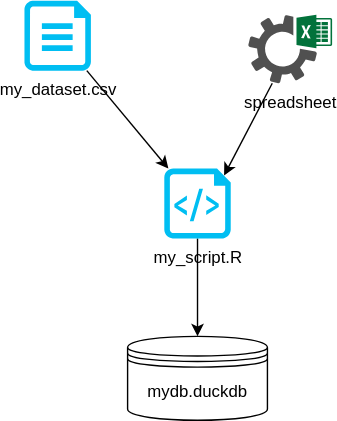
The draw.io diagram diagrams/my_diagram.drawio.svg in Public-Health-Scotland/vscode_prep, before a commit. Source tidied: cells renumbered, new cells last; positions are measured from the earlier drawing's top-left corner, leaving out a move shared by most shapes. Its diagram source:
```xml
<mxGraphModel>
  <root>
    <mxCell id="0" />
    <mxCell id="1" parent="0" />
    <mxCell id="2" style="edgeStyle=none;html=1;" parent="1" edge="1" source="3" target="7">
      <mxGeometry relative="1" as="geometry" />
    </mxCell>
    <mxCell id="3" value="my_dataset.csv" style="verticalLabelPosition=bottom;html=1;verticalAlign=top;align=center;strokeColor=none;fillColor=#00BEF2;shape=mxgraph.azure.cloud_services_configuration_file;" parent="1" vertex="1">
      <mxGeometry width="47.5" height="50" as="geometry" />
    </mxCell>
    <mxCell id="4" style="edgeStyle=none;html=1;entryX=0.9;entryY=0.1;entryDx=0;entryDy=0;entryPerimeter=0;" parent="1" edge="1" source="5" target="7">
      <mxGeometry relative="1" as="geometry" />
    </mxCell>
    <mxCell id="5" value="spreadsheet" style="sketch=0;shadow=0;dashed=0;html=1;strokeColor=none;fillColor=#505050;labelPosition=center;verticalLabelPosition=bottom;verticalAlign=top;outlineConnect=0;align=center;shape=mxgraph.office.services.excel_services;" parent="1" vertex="1">
      <mxGeometry x="160" y="10" width="60" height="49" as="geometry" />
    </mxCell>
    <mxCell id="6" style="edgeStyle=none;html=1;" parent="1" edge="1" source="7" target="8">
      <mxGeometry relative="1" as="geometry" />
    </mxCell>
    <mxCell id="7" value="my_script.R" style="verticalLabelPosition=bottom;html=1;verticalAlign=top;align=center;strokeColor=none;fillColor=#00BEF2;shape=mxgraph.azure.script_file;" parent="1" vertex="1">
      <mxGeometry x="100" y="120" width="47.5" height="50" as="geometry" />
    </mxCell>
    <mxCell id="8" value="mydb.duckdb" style="shape=datastore;whiteSpace=wrap;html=1;" parent="1" vertex="1">
      <mxGeometry x="73.8" y="240" width="100" height="60" as="geometry" />
    </mxCell>
  </root>
</mxGraphModel>
```
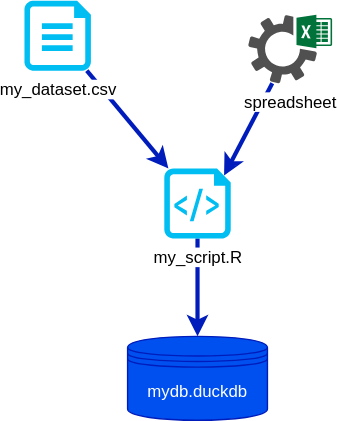
The same file after the commit.

Change to the diagram source:
```diff
@@ -2,25 +2,25 @@
   <root>
     <mxCell id="0" />
     <mxCell id="1" parent="0" />
-    <mxCell id="2" style="edgeStyle=none;html=1;" parent="1" edge="1" source="3" target="7">
+    <mxCell id="2" style="edgeStyle=none;html=1;fillColor=#0050ef;strokeColor=#001DBC;strokeWidth=3;" parent="1" edge="1" source="3" target="7">
       <mxGeometry relative="1" as="geometry" />
     </mxCell>
-    <mxCell id="3" value="my_dataset.csv" style="verticalLabelPosition=bottom;html=1;verticalAlign=top;align=center;strokeColor=none;fillColor=#00BEF2;shape=mxgraph.azure.cloud_services_configuration_file;" parent="1" vertex="1">
+    <mxCell id="3" value="my_dataset.csv" style="verticalLabelPosition=bottom;html=1;verticalAlign=top;align=center;strokeColor=none;fillColor=#00BEF2;shape=mxgraph.azure.cloud_services_configuration_file;labelBackgroundColor=default;" parent="1" vertex="1">
       <mxGeometry width="47.5" height="50" as="geometry" />
     </mxCell>
-    <mxCell id="4" style="edgeStyle=none;html=1;entryX=0.9;entryY=0.1;entryDx=0;entryDy=0;entryPerimeter=0;" parent="1" edge="1" source="5" target="7">
+    <mxCell id="4" style="edgeStyle=none;html=1;entryX=0.9;entryY=0.1;entryDx=0;entryDy=0;entryPerimeter=0;fillColor=#0050ef;strokeColor=#001DBC;strokeWidth=3;" parent="1" edge="1" source="5" target="7">
       <mxGeometry relative="1" as="geometry" />
     </mxCell>
-    <mxCell id="5" value="spreadsheet" style="sketch=0;shadow=0;dashed=0;html=1;strokeColor=none;fillColor=#505050;labelPosition=center;verticalLabelPosition=bottom;verticalAlign=top;outlineConnect=0;align=center;shape=mxgraph.office.services.excel_services;" parent="1" vertex="1">
+    <mxCell id="5" value="spreadsheet" style="sketch=0;shadow=0;dashed=0;html=1;strokeColor=none;fillColor=#505050;labelPosition=center;verticalLabelPosition=bottom;verticalAlign=top;outlineConnect=0;align=center;shape=mxgraph.office.services.excel_services;labelBackgroundColor=default;" parent="1" vertex="1">
       <mxGeometry x="160" y="10" width="60" height="49" as="geometry" />
     </mxCell>
-    <mxCell id="6" style="edgeStyle=none;html=1;" parent="1" edge="1" source="7" target="8">
+    <mxCell id="6" style="edgeStyle=none;html=1;fillColor=#0050ef;strokeColor=#001DBC;strokeWidth=3;" parent="1" edge="1" source="7" target="8">
       <mxGeometry relative="1" as="geometry" />
     </mxCell>
-    <mxCell id="7" value="my_script.R" style="verticalLabelPosition=bottom;html=1;verticalAlign=top;align=center;strokeColor=none;fillColor=#00BEF2;shape=mxgraph.azure.script_file;" parent="1" vertex="1">
+    <mxCell id="7" value="my_script.R" style="verticalLabelPosition=bottom;html=1;verticalAlign=top;align=center;strokeColor=none;fillColor=#00BEF2;shape=mxgraph.azure.script_file;labelBackgroundColor=default;" parent="1" vertex="1">
       <mxGeometry x="100" y="120" width="47.5" height="50" as="geometry" />
     </mxCell>
-    <mxCell id="8" value="mydb.duckdb" style="shape=datastore;whiteSpace=wrap;html=1;" parent="1" vertex="1">
+    <mxCell id="8" value="mydb.duckdb" style="shape=datastore;whiteSpace=wrap;html=1;fillColor=#0050ef;fontColor=#ffffff;strokeColor=#001DBC;" parent="1" vertex="1">
       <mxGeometry x="73.8" y="240" width="100" height="60" as="geometry" />
     </mxCell>
   </root>
```
